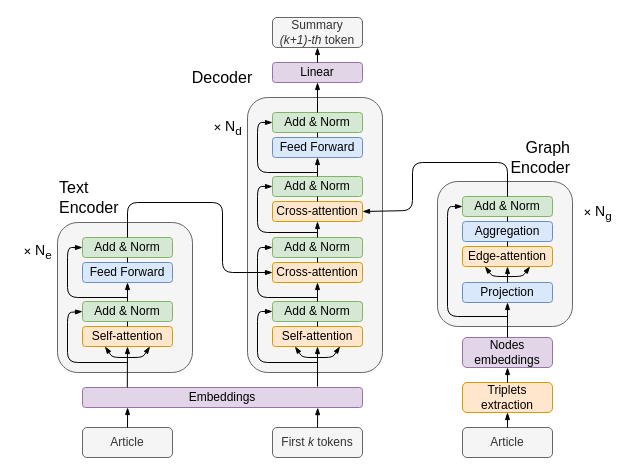
Before: page "model" (1 of 3) of model.drawio in k4black/fact-aware-abstractive-summarization, a draw.io diagram. Source tidied: cells renumbered, new cells numbered last; positions are measured from the earlier drawing's top-left corner, leaving out a move shared by most shapes. Both pictures are drawn from the tidied source at 100%, with x=0, y=0 at pixel (17, 17).
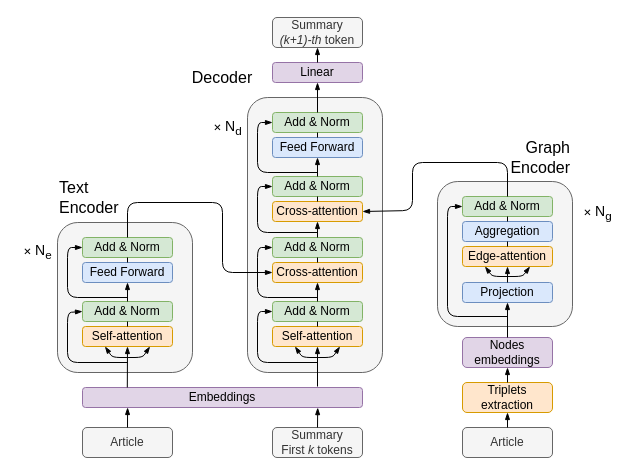
The same diagram, later.

Diff of the diagram source:
```diff
@@
-    <mxCell id="20" value="First &lt;i&gt;k&amp;nbsp;&lt;/i&gt;tokens" style="rounded=1;whiteSpace=wrap;html=1;arcSize=15;strokeColor=#666666;fillColor=#f5f5f5;fontColor=#333333;" parent="1" vertex="1">
+    <mxCell id="20" value="Summary&lt;br&gt;First &lt;i&gt;k&amp;nbsp;&lt;/i&gt;tokens" style="rounded=1;whiteSpace=wrap;html=1;arcSize=15;strokeColor=#666666;fillColor=#f5f5f5;fontColor=#333333;" parent="1" vertex="1">
       <mxGeometry x="255" y="410" width="90" height="30" as="geometry" />
     </mxCell>
```
